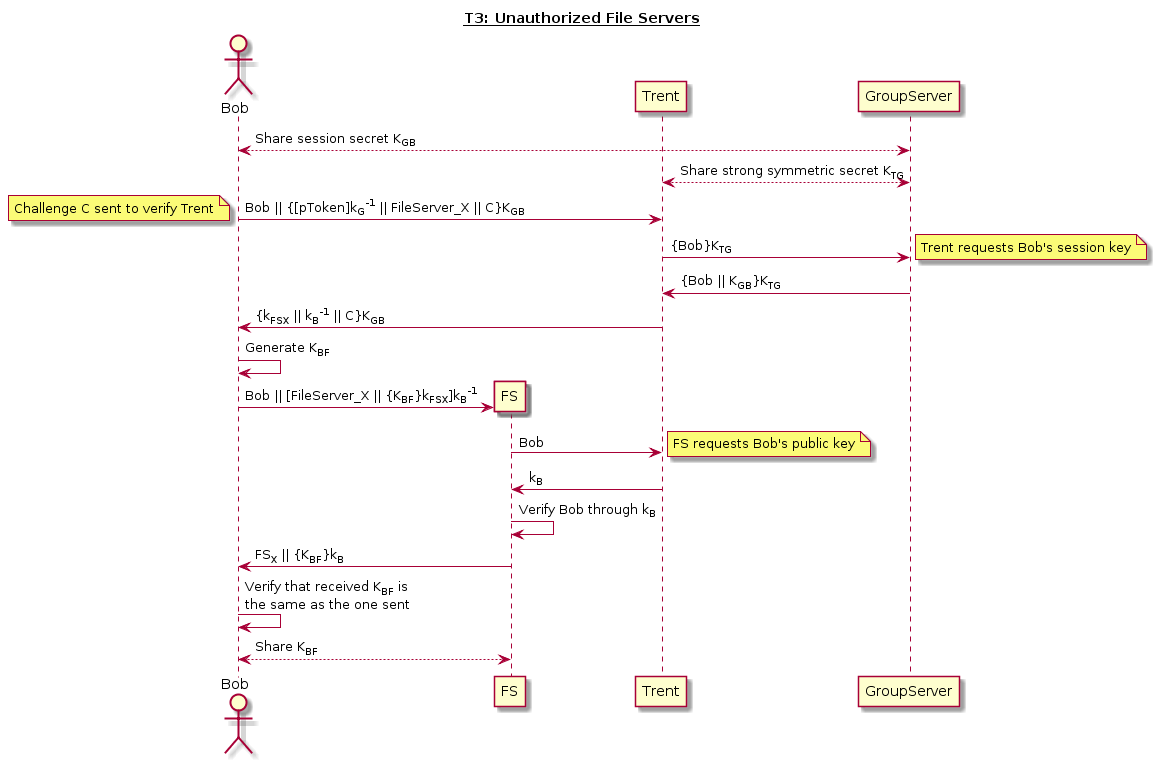
The PlantUML diagram reports/img/T3.png in jondyer/cs1653-2017fa-jbd29-mar257-zds14, before a commit.
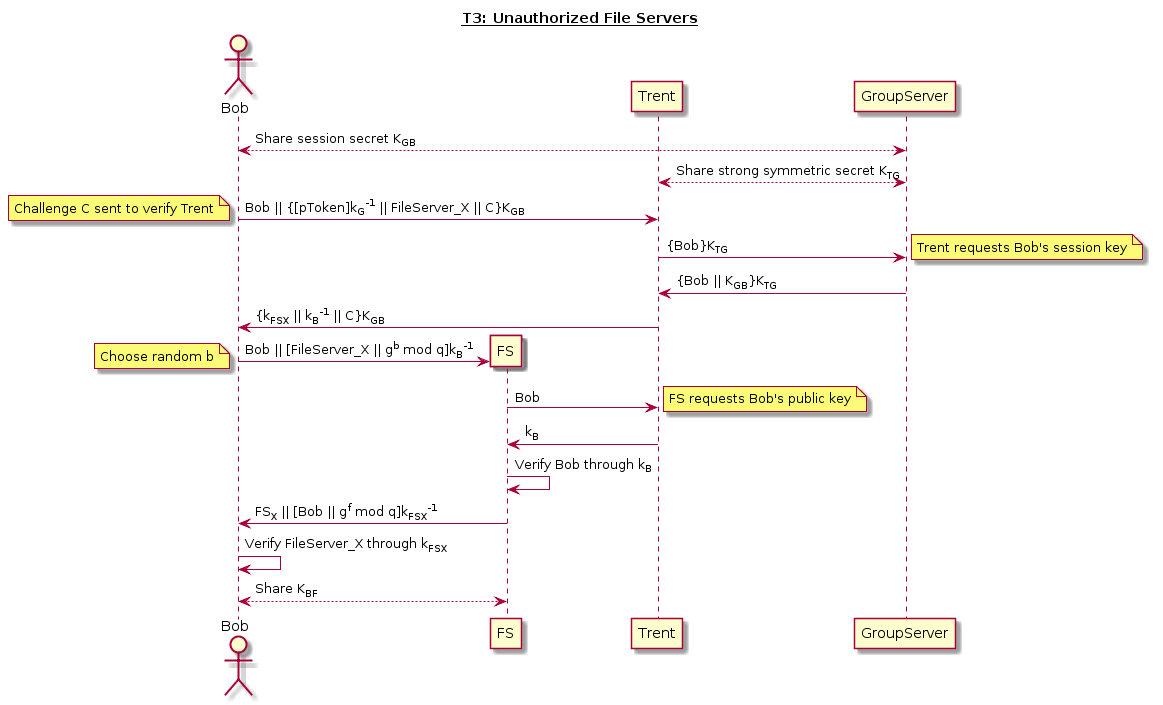
The same diagram one commit later.

Commit message:
Added FS back into key generation

The edit, as a diff of the source:
```diff
@@ -15,16 +15,16 @@
 GroupServer -> Trent: {Bob || K<sub>GB</sub>}K<sub>TG</sub>
 Trent -> Bob: {k<sub>FSX</sub> || k<sub>B</sub><sup>-1</sup> || C}K<sub>GB</sub>
 
-Bob -> Bob: Generate K<sub>BF</sub>
 create FS
-Bob -> FS: Bob || [FileServer_X || {K<sub>BF</sub>}k<sub>FSX</sub>]k<sub>B</sub><sup>-1</sup>
+Bob -> FS: Bob || [FileServer_X || g<sup>b</sup> mod q]k<sub>B</sub><sup>-1</sup>
+note left: Choose random b
 FS -> Trent: Bob
 note right: FS requests Bob's public key
 Trent -> FS: k<sub>B</sub>
 
 FS -> FS: Verify Bob through k<sub>B</sub>
-FS -> Bob: FS<sub>X</sub> || {K<sub>BF</sub>}k<sub>B</sub>
-Bob -> Bob: Verify that received K<sub>BF</sub> is \nthe same as the one sent
+FS -> Bob: FS<sub>X</sub> || [Bob || g<sup>f</sup> mod q]k<sub>FSX</sub><sup>-1</sup>
+Bob -> Bob: Verify FileServer_X through k<sub>FSX</sub>
 
 Bob <--> FS: Share K<sub>BF</sub>
 @enduml
```
